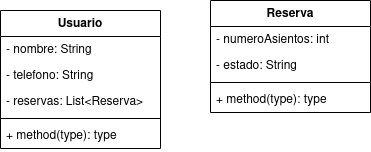
Earlier version of the draw.io export ejercicio2/diagram/ejercicio2-maxi.png (mackstm/examen-ets). Source tidied: cells renumbered, new cells last; positions are measured from the earlier drawing's top-left corner, leaving out a move shared by most shapes. Source of this version:
```xml
<mxGraphModel>
  <root>
    <mxCell id="0" />
    <mxCell id="1" parent="0" />
    <mxCell id="2" value="Usuario" style="swimlane;fontStyle=1;align=center;verticalAlign=top;horizontal=1;startSize=26;whiteSpace=wrap;html=1;" parent="1" vertex="1">
      <mxGeometry y="10" width="160" height="138" as="geometry" />
    </mxCell>
    <mxCell id="3" value="- nombre: String" style="text;strokeColor=none;fillColor=none;align=left;verticalAlign=top;spacingLeft=4;spacingRight=4;overflow=hidden;whiteSpace=wrap;html=1;" parent="2" vertex="1">
      <mxGeometry y="26" width="160" height="26" as="geometry" />
    </mxCell>
    <mxCell id="4" value="- telefono: String" style="text;strokeColor=none;fillColor=none;align=left;verticalAlign=top;spacingLeft=4;spacingRight=4;overflow=hidden;whiteSpace=wrap;html=1;" parent="2" vertex="1">
      <mxGeometry y="52" width="160" height="26" as="geometry" />
    </mxCell>
    <mxCell id="5" value="- reservas: List&amp;lt;Reserva&amp;gt;" style="text;strokeColor=none;fillColor=none;align=left;verticalAlign=top;spacingLeft=4;spacingRight=4;overflow=hidden;whiteSpace=wrap;html=1;" parent="2" vertex="1">
      <mxGeometry y="78" width="160" height="26" as="geometry" />
    </mxCell>
    <mxCell id="6" style="line;strokeWidth=1;fillColor=none;align=left;verticalAlign=middle;spacingTop=-1;spacingLeft=3;spacingRight=3;labelPosition=right;strokeColor=inherit;" parent="2" vertex="1">
      <mxGeometry y="104" width="160" height="8" as="geometry" />
    </mxCell>
    <mxCell id="7" value="+ method(type): type" style="text;strokeColor=none;fillColor=none;align=left;verticalAlign=top;spacingLeft=4;spacingRight=4;overflow=hidden;whiteSpace=wrap;html=1;" parent="2" vertex="1">
      <mxGeometry y="112" width="160" height="26" as="geometry" />
    </mxCell>
    <mxCell id="8" value="Reserva" style="swimlane;fontStyle=1;align=center;verticalAlign=top;horizontal=1;startSize=26;whiteSpace=wrap;html=1;" parent="1" vertex="1">
      <mxGeometry x="210" width="160" height="112" as="geometry" />
    </mxCell>
    <mxCell id="9" value="- numeroAsientos: int" style="text;strokeColor=none;fillColor=none;align=left;verticalAlign=top;spacingLeft=4;spacingRight=4;overflow=hidden;whiteSpace=wrap;html=1;" parent="8" vertex="1">
      <mxGeometry y="26" width="160" height="26" as="geometry" />
    </mxCell>
    <mxCell id="10" value="- estado: String" style="text;strokeColor=none;fillColor=none;align=left;verticalAlign=top;spacingLeft=4;spacingRight=4;overflow=hidden;whiteSpace=wrap;html=1;" parent="8" vertex="1">
      <mxGeometry y="52" width="160" height="26" as="geometry" />
    </mxCell>
    <mxCell id="11" style="line;strokeWidth=1;fillColor=none;align=left;verticalAlign=middle;spacingTop=-1;spacingLeft=3;spacingRight=3;labelPosition=right;strokeColor=inherit;" parent="8" vertex="1">
      <mxGeometry y="78" width="160" height="8" as="geometry" />
    </mxCell>
    <mxCell id="12" value="+ method(type): type" style="text;strokeColor=none;fillColor=none;align=left;verticalAlign=top;spacingLeft=4;spacingRight=4;overflow=hidden;whiteSpace=wrap;html=1;" parent="8" vertex="1">
      <mxGeometry y="86" width="160" height="26" as="geometry" />
    </mxCell>
  </root>
</mxGraphModel>
```
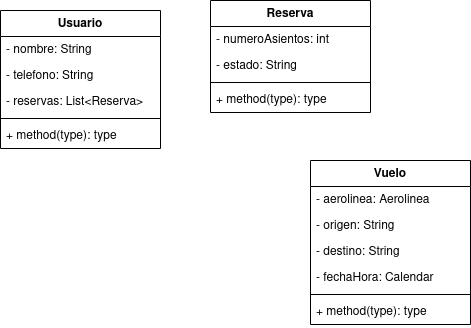
After the change.

The edit, as a diff of the source:
```diff
@@ -35,5 +35,26 @@
     <mxCell id="12" value="+ method(type): type" style="text;strokeColor=none;fillColor=none;align=left;verticalAlign=top;spacingLeft=4;spacingRight=4;overflow=hidden;whiteSpace=wrap;html=1;" parent="8" vertex="1">
       <mxGeometry y="86" width="160" height="26" as="geometry" />
     </mxCell>
+    <mxCell id="13" value="Vuelo" style="swimlane;fontStyle=1;align=center;verticalAlign=top;horizontal=1;startSize=26;whiteSpace=wrap;html=1;" parent="1" vertex="1">
+      <mxGeometry x="310" y="160" width="160" height="164" as="geometry" />
+    </mxCell>
+    <mxCell id="14" value="- aerolinea: Aerolinea" style="text;strokeColor=none;fillColor=none;align=left;verticalAlign=top;spacingLeft=4;spacingRight=4;overflow=hidden;whiteSpace=wrap;html=1;" parent="13" vertex="1">
+      <mxGeometry y="26" width="160" height="26" as="geometry" />
+    </mxCell>
+    <mxCell id="15" value="- origen: String" style="text;strokeColor=none;fillColor=none;align=left;verticalAlign=top;spacingLeft=4;spacingRight=4;overflow=hidden;whiteSpace=wrap;html=1;" parent="13" vertex="1">
+      <mxGeometry y="52" width="160" height="26" as="geometry" />
+    </mxCell>
+    <mxCell id="16" value="- destino: String" style="text;strokeColor=none;fillColor=none;align=left;verticalAlign=top;spacingLeft=4;spacingRight=4;overflow=hidden;whiteSpace=wrap;html=1;" parent="13" vertex="1">
+      <mxGeometry y="78" width="160" height="26" as="geometry" />
+    </mxCell>
+    <mxCell id="17" value="- fechaHora: Calendar" style="text;strokeColor=none;fillColor=none;align=left;verticalAlign=top;spacingLeft=4;spacingRight=4;overflow=hidden;whiteSpace=wrap;html=1;" parent="13" vertex="1">
+      <mxGeometry y="104" width="160" height="26" as="geometry" />
+    </mxCell>
+    <mxCell id="18" style="line;strokeWidth=1;fillColor=none;align=left;verticalAlign=middle;spacingTop=-1;spacingLeft=3;spacingRight=3;labelPosition=right;strokeColor=inherit;" parent="13" vertex="1">
+      <mxGeometry y="130" width="160" height="8" as="geometry" />
+    </mxCell>
+    <mxCell id="19" value="+ method(type): type" style="text;strokeColor=none;fillColor=none;align=left;verticalAlign=top;spacingLeft=4;spacingRight=4;overflow=hidden;whiteSpace=wrap;html=1;" parent="13" vertex="1">
+      <mxGeometry y="138" width="160" height="26" as="geometry" />
+    </mxCell>
   </root>
 </mxGraphModel>
```
